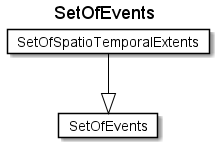
rtigran/rdf2adoc keeps this PlantUML diagram as fragments/diagrams/SetOfEvents.png. Above is the earlier version.
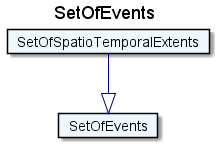
After the commit.

What changed in the source:
```diff
@@ -1,11 +1,11 @@
 @startuml
 Title SetOfEvents
 
-Card SetOfEvents #fff [
+Card SetOfEvents #F0F8FF [
 SetOfEvents
 ]
-Card SetOfSpatioTemporalExtents #fff [
+Card SetOfSpatioTemporalExtents #F0F8FF [
 SetOfSpatioTemporalExtents
 ]
-SetOfSpatioTemporalExtents --|> SetOfEvents  #000
+SetOfSpatioTemporalExtents --|> SetOfEvents  #00008B
 @enduml
```
